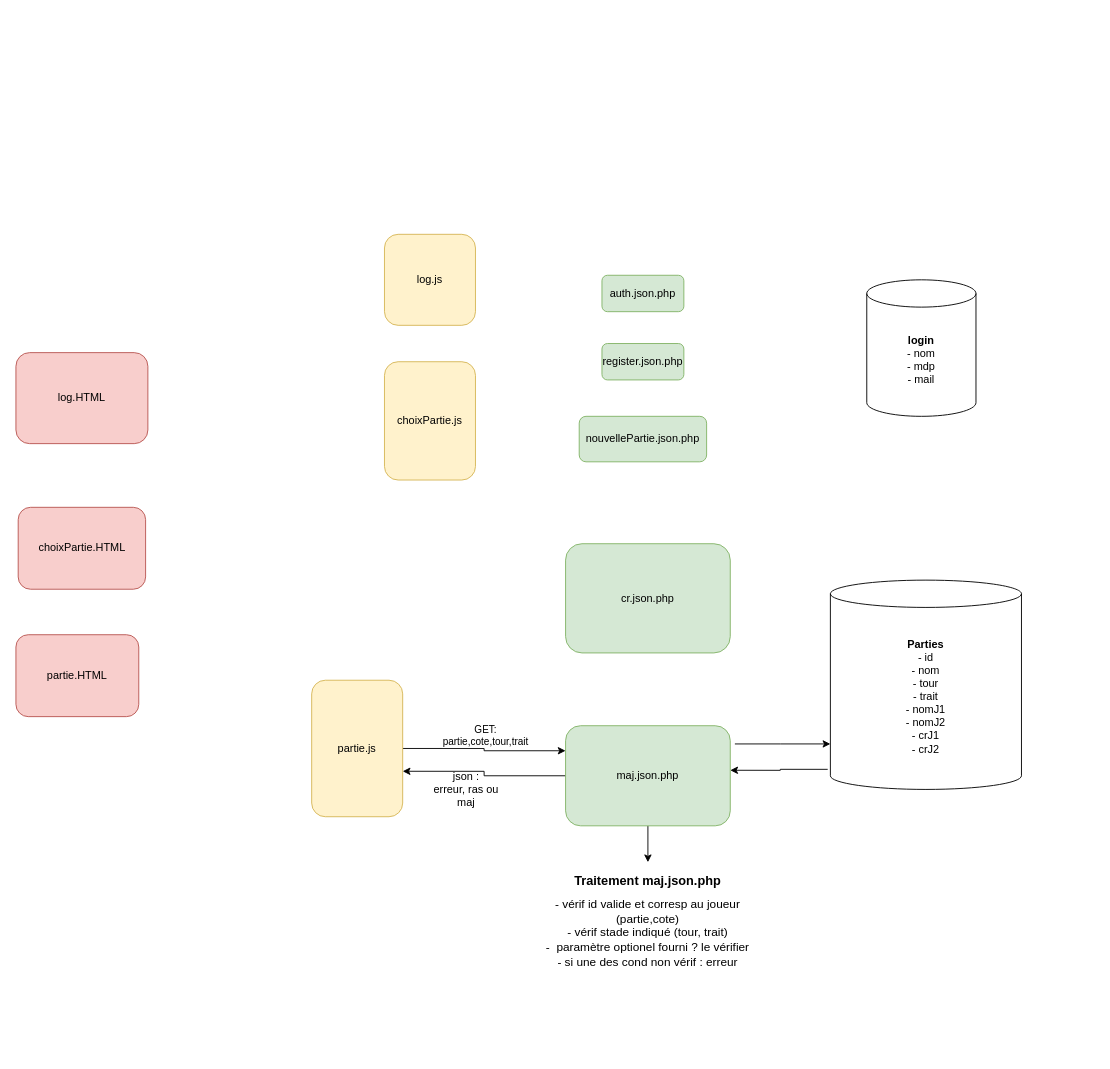
The draw.io diagram Untitled Diagram.drawio in Maximory77/projet-web-mapping-echecs, before the edit. Source tidied: cells renumbered, new cells numbered last; positions are measured from the earlier drawing's top-left corner, leaving out a move shared by most shapes. Both pictures are drawn from the tidied source at 91%, with x=0, y=0 at pixel (15, 234).
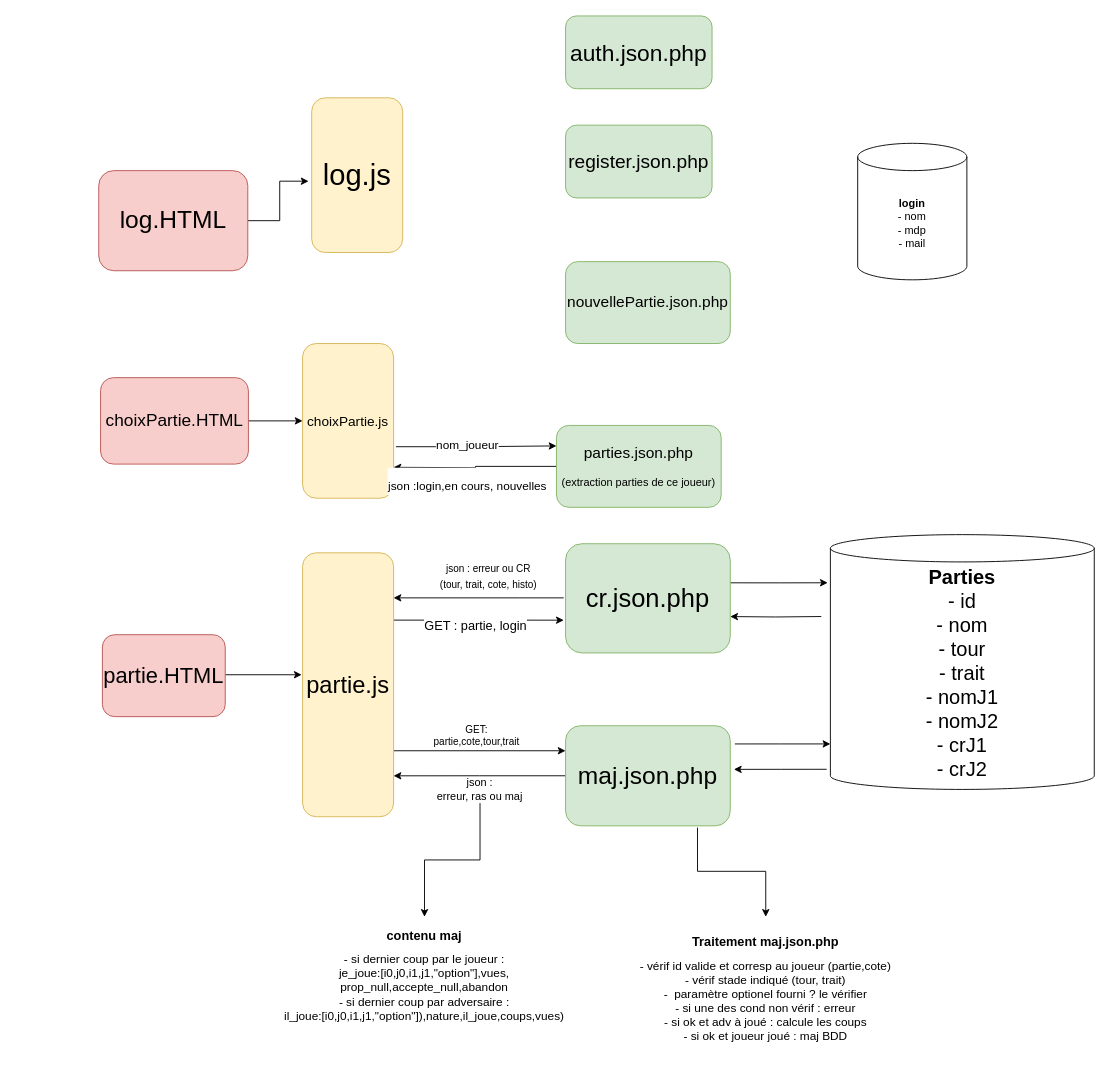
The same diagram, later.

The edit, as a diff of the source:
```diff
@@
     <mxCell id="2" value="&lt;div&gt;&lt;b&gt;login&lt;/b&gt;&lt;/div&gt;&lt;div&gt;- nom&lt;/div&gt;&lt;div&gt;- mdp&lt;/div&gt;&lt;div&gt;- mail&lt;br&gt;&lt;/div&gt;" style="shape=cylinder3;whiteSpace=wrap;html=1;boundedLbl=1;backgroundOutline=1;size=15;" parent="1" vertex="1">
-      <mxGeometry x="935" y="50" width="120" height="150" as="geometry" />
+      <mxGeometry x="925" y="-100" width="120" height="150" as="geometry" />
     </mxCell>
+    <mxCell id="23" style="edgeStyle=orthogonalEdgeStyle;rounded=0;jettySize=auto;html=1;entryX=-0.034;entryY=0.539;entryDx=0;entryDy=0;entryPerimeter=0;fontSize=32;" parent="1" edge="1" source="3" target="16">
+      <mxGeometry relative="1" as="geometry" />
+    </mxCell>
-    <mxCell id="3" value="log.HTML" style="rounded=1;whiteSpace=wrap;html=1;fillColor=#f8cecc;strokeColor=#b85450;" parent="1" vertex="1">
-      <mxGeometry y="130" width="145" height="100" as="geometry" />
+    <mxCell id="3" value="&lt;font style=&quot;font-size: 27px&quot;&gt;log.HTML&lt;/font&gt;" style="rounded=1;whiteSpace=wrap;html=1;fillColor=#f8cecc;strokeColor=#b85450;" parent="1" vertex="1">
+      <mxGeometry x="91" y="-70" width="163.8" height="110" as="geometry" />
     </mxCell>
+    <mxCell id="24" style="edgeStyle=orthogonalEdgeStyle;rounded=0;jettySize=auto;html=1;fontSize=32;" parent="1" edge="1" source="4" target="17">
+      <mxGeometry relative="1" as="geometry" />
+    </mxCell>
-    <mxCell id="4" value="choixPartie.HTML" style="rounded=1;whiteSpace=wrap;html=1;fillColor=#f8cecc;strokeColor=#b85450;" parent="1" vertex="1">
-      <mxGeometry x="2.5" y="300" width="140" height="90" as="geometry" />
+    <mxCell id="4" value="&lt;font style=&quot;font-size: 19px&quot;&gt;choixPartie.HTML&lt;/font&gt;" style="rounded=1;whiteSpace=wrap;html=1;fillColor=#f8cecc;strokeColor=#b85450;" parent="1" vertex="1">
+      <mxGeometry x="93" y="157.5" width="162.5" height="95" as="geometry" />
     </mxCell>
+    <mxCell id="25" style="edgeStyle=orthogonalEdgeStyle;rounded=0;jettySize=auto;html=1;fontSize=14;entryX=-0.01;entryY=0.462;entryDx=0;entryDy=0;entryPerimeter=0;" parent="1" edge="1" source="5" target="20">
+      <mxGeometry relative="1" as="geometry">
+        <Array as="points">
+          <mxPoint x="225" y="485" />
+          <mxPoint x="225" y="484" />
+        </Array>
+      </mxGeometry>
+    </mxCell>
-    <mxCell id="5" value="&lt;div&gt;partie.HTML&lt;/div&gt;" style="rounded=1;whiteSpace=wrap;html=1;fillColor=#f8cecc;strokeColor=#b85450;" parent="1" vertex="1">
-      <mxGeometry y="440" width="135" height="90" as="geometry" />
+    <mxCell id="5" value="&lt;div style=&quot;font-size: 24px&quot;&gt;&lt;font style=&quot;font-size: 24px&quot;&gt;partie.HTML&lt;/font&gt;&lt;/div&gt;" style="rounded=1;whiteSpace=wrap;html=1;fillColor=#f8cecc;strokeColor=#b85450;" parent="1" vertex="1">
+      <mxGeometry x="95" y="440" width="135" height="90" as="geometry" />
     </mxCell>
-    <mxCell id="6" style="edgeStyle=orthogonalEdgeStyle;rounded=0;jettySize=auto;html=1;entryX=1;entryY=0.445;entryDx=0;entryDy=0;fontSize=14;exitX=-0.014;exitY=0.904;exitDx=0;exitDy=0;exitPerimeter=0;entryPerimeter=0;" parent="1" edge="1" source="7" target="12">
+    <mxCell id="6" style="edgeStyle=orthogonalEdgeStyle;rounded=0;jettySize=auto;html=1;entryX=1.022;entryY=0.436;entryDx=0;entryDy=0;fontSize=14;entryPerimeter=0;exitX=-0.014;exitY=0.921;exitDx=0;exitDy=0;exitPerimeter=0;" parent="1" edge="1" source="7" target="12">
       <mxGeometry relative="1" as="geometry" />
     </mxCell>
+    <mxCell id="26" style="edgeStyle=orthogonalEdgeStyle;rounded=0;jettySize=auto;html=1;entryX=1;entryY=0.667;entryDx=0;entryDy=0;entryPerimeter=0;fontSize=14;" parent="1" edge="1" target="13">
+      <mxGeometry relative="1" as="geometry">
+        <mxPoint x="885" y="420" as="sourcePoint" />
+      </mxGeometry>
+    </mxCell>
-    <mxCell id="7" value="&lt;div&gt;&lt;b&gt;Parties&lt;/b&gt;&lt;/div&gt;&lt;div&gt;- id&lt;/div&gt;&lt;div&gt;- nom&lt;/div&gt;&lt;div&gt;- tour&lt;/div&gt;&lt;div&gt;- trait&lt;/div&gt;&lt;div&gt;- nomJ1&lt;br&gt;&lt;/div&gt;&lt;div&gt;- nomJ2&lt;/div&gt;&lt;div&gt;- crJ1&lt;/div&gt;&lt;div&gt;- crJ2&lt;br&gt;&lt;/div&gt;" style="shape=cylinder3;whiteSpace=wrap;html=1;boundedLbl=1;backgroundOutline=1;size=15;" parent="1" vertex="1">
-      <mxGeometry x="895" y="380" width="210" height="230" as="geometry" />
+    <mxCell id="7" value="&lt;div style=&quot;font-size: 22px&quot;&gt;&lt;font style=&quot;font-size: 22px&quot;&gt;&lt;b&gt;Parties&lt;/b&gt;&lt;/font&gt;&lt;/div&gt;&lt;div style=&quot;font-size: 22px&quot;&gt;&lt;font style=&quot;font-size: 22px&quot;&gt;- id&lt;/font&gt;&lt;/div&gt;&lt;div style=&quot;font-size: 22px&quot;&gt;&lt;font style=&quot;font-size: 22px&quot;&gt;- nom&lt;/font&gt;&lt;/div&gt;&lt;div style=&quot;font-size: 22px&quot;&gt;&lt;font style=&quot;font-size: 22px&quot;&gt;- tour&lt;/font&gt;&lt;/div&gt;&lt;div style=&quot;font-size: 22px&quot;&gt;&lt;font style=&quot;font-size: 22px&quot;&gt;- trait&lt;/font&gt;&lt;/div&gt;&lt;div style=&quot;font-size: 22px&quot;&gt;&lt;font style=&quot;font-size: 22px&quot;&gt;- nomJ1&lt;br&gt;&lt;/font&gt;&lt;/div&gt;&lt;div style=&quot;font-size: 22px&quot;&gt;&lt;font style=&quot;font-size: 22px&quot;&gt;- nomJ2&lt;/font&gt;&lt;/div&gt;&lt;div style=&quot;font-size: 22px&quot;&gt;&lt;font style=&quot;font-size: 22px&quot;&gt;- crJ1&lt;/font&gt;&lt;/div&gt;&lt;div style=&quot;font-size: 22px&quot;&gt;&lt;font style=&quot;font-size: 22px&quot;&gt;- crJ2&lt;br&gt;&lt;/font&gt;&lt;/div&gt;" style="shape=cylinder3;whiteSpace=wrap;html=1;boundedLbl=1;backgroundOutline=1;size=15;" parent="1" vertex="1">
+      <mxGeometry x="895" y="330" width="290" height="280" as="geometry" />
     </mxCell>
-    <mxCell id="8" value="auth.json.php" style="rounded=1;whiteSpace=wrap;html=1;fillColor=#d5e8d4;strokeColor=#82b366;" parent="1" vertex="1">
-      <mxGeometry x="644" y="45" width="90" height="40" as="geometry" />
+    <mxCell id="8" value="&lt;font style=&quot;font-size: 25px&quot;&gt;auth.json.php&lt;/font&gt;" style="rounded=1;whiteSpace=wrap;html=1;fillColor=#d5e8d4;strokeColor=#82b366;" parent="1" vertex="1">
+      <mxGeometry x="604" y="-240" width="161" height="80" as="geometry" />
     </mxCell>
-    <mxCell id="9" style="edgeStyle=orthogonalEdgeStyle;rounded=0;jettySize=auto;html=1;entryX=1;entryY=0.667;entryDx=0;entryDy=0;entryPerimeter=0;" parent="1" edge="1" source="12" target="20">
+    <mxCell id="9" style="edgeStyle=orthogonalEdgeStyle;rounded=0;jettySize=auto;html=1;entryX=1;entryY=0.845;entryDx=0;entryDy=0;entryPerimeter=0;" parent="1" edge="1" source="12" target="20">
       <mxGeometry relative="1" as="geometry" />
     </mxCell>
-    <mxCell id="10" style="edgeStyle=orthogonalEdgeStyle;rounded=0;jettySize=auto;html=1;fontSize=14;" parent="1" edge="1" source="12" target="22">
+    <mxCell id="10" style="edgeStyle=orthogonalEdgeStyle;rounded=0;jettySize=auto;html=1;fontSize=14;exitX=0.801;exitY=1.018;exitDx=0;exitDy=0;exitPerimeter=0;" parent="1" edge="1" source="12" target="22">
       <mxGeometry relative="1" as="geometry" />
     </mxCell>
@@
-    <mxCell id="12" value="maj.json.php" style="rounded=1;whiteSpace=wrap;html=1;fillColor=#d5e8d4;strokeColor=#82b366;" parent="1" vertex="1">
+    <mxCell id="12" value="&lt;font style=&quot;font-size: 27px&quot;&gt;maj.json.php&lt;/font&gt;" style="rounded=1;whiteSpace=wrap;html=1;fillColor=#d5e8d4;strokeColor=#82b366;" parent="1" vertex="1">
       <mxGeometry x="604" y="540" width="181" height="110" as="geometry" />
     </mxCell>
+    <mxCell id="27" style="edgeStyle=orthogonalEdgeStyle;rounded=0;jettySize=auto;html=1;entryX=-0.01;entryY=0.189;entryDx=0;entryDy=0;entryPerimeter=0;fontSize=14;exitX=1;exitY=0.358;exitDx=0;exitDy=0;exitPerimeter=0;" parent="1" edge="1" source="13" target="7">
+      <mxGeometry relative="1" as="geometry" />
+    </mxCell>
+    <mxCell id="28" style="edgeStyle=orthogonalEdgeStyle;rounded=0;orthogonalLoop=1;jettySize=auto;html=1;entryX=1.02;entryY=0.176;entryDx=0;entryDy=0;entryPerimeter=0;fontSize=14;" parent="1" edge="1">
+      <mxGeometry relative="1" as="geometry">
+        <mxPoint x="602" y="399.5" as="sourcePoint" />
+        <mxPoint x="415" y="399.5" as="targetPoint" />
+        <Array as="points">
+          <mxPoint x="553" y="399.5" />
+          <mxPoint x="553" y="399.5" />
+        </Array>
+      </mxGeometry>
+    </mxCell>
-    <mxCell id="13" value="cr.json.php" style="rounded=1;whiteSpace=wrap;html=1;fillColor=#d5e8d4;strokeColor=#82b366;" parent="1" vertex="1">
+    <mxCell id="13" value="&lt;font style=&quot;font-size: 28px&quot;&gt;cr.json.php&lt;/font&gt;" style="rounded=1;whiteSpace=wrap;html=1;fillColor=#d5e8d4;strokeColor=#82b366;" parent="1" vertex="1">
       <mxGeometry x="604" y="340" width="181" height="120" as="geometry" />
     </mxCell>
-    <mxCell id="14" value="&lt;div&gt;nouvellePartie.json.php&lt;/div&gt;" style="rounded=1;whiteSpace=wrap;html=1;fillColor=#d5e8d4;strokeColor=#82b366;" parent="1" vertex="1">
-      <mxGeometry x="619" y="200" width="140" height="50" as="geometry" />
+    <mxCell id="14" value="&lt;div style=&quot;font-size: 17px&quot;&gt;&lt;font style=&quot;font-size: 17px&quot;&gt;nouvellePartie.json.php&lt;/font&gt;&lt;/div&gt;" style="rounded=1;whiteSpace=wrap;html=1;fillColor=#d5e8d4;strokeColor=#82b366;" parent="1" vertex="1">
+      <mxGeometry x="604" y="30" width="181" height="90" as="geometry" />
     </mxCell>
-    <mxCell id="15" value="register.json.php" style="rounded=1;whiteSpace=wrap;html=1;fillColor=#d5e8d4;strokeColor=#82b366;" parent="1" vertex="1">
-      <mxGeometry x="644" y="120" width="90" height="40" as="geometry" />
+    <mxCell id="15" value="&lt;font style=&quot;font-size: 21px&quot;&gt;register.json.php&lt;/font&gt;" style="rounded=1;whiteSpace=wrap;html=1;fillColor=#d5e8d4;strokeColor=#82b366;" parent="1" vertex="1">
+      <mxGeometry x="604" y="-120" width="161" height="80" as="geometry" />
     </mxCell>
-    <mxCell id="16" value="&lt;div&gt;log.js&lt;/div&gt;" style="rounded=1;whiteSpace=wrap;html=1;fillColor=#fff2cc;strokeColor=#d6b656;" parent="1" vertex="1">
-      <mxGeometry x="405" width="100" height="100" as="geometry" />
+    <mxCell id="16" value="&lt;div style=&quot;font-size: 32px&quot;&gt;&lt;font style=&quot;font-size: 32px&quot;&gt;log.js&lt;/font&gt;&lt;/div&gt;" style="rounded=1;whiteSpace=wrap;html=1;fillColor=#fff2cc;strokeColor=#d6b656;" parent="1" vertex="1">
+      <mxGeometry x="325" y="-150" width="100" height="170" as="geometry" />
     </mxCell>
+    <mxCell id="29" style="edgeStyle=orthogonalEdgeStyle;rounded=0;jettySize=auto;html=1;entryX=0;entryY=0.25;entryDx=0;entryDy=0;fontSize=25;exitX=1.026;exitY=0.667;exitDx=0;exitDy=0;exitPerimeter=0;" parent="1" edge="1" source="17" target="38">
+      <mxGeometry relative="1" as="geometry" />
+    </mxCell>
+    <mxCell id="30" value="nom_joueur" style="edgeLabel;html=1;align=center;verticalAlign=middle;fontSize=13;" parent="29" vertex="1">
+      <mxGeometry x="-0.26" y="3" relative="1" as="geometry">
+        <mxPoint x="12" as="offset" />
+      </mxGeometry>
+    </mxCell>
-    <mxCell id="17" value="choixPartie.js" style="rounded=1;whiteSpace=wrap;html=1;fillColor=#fff2cc;strokeColor=#d6b656;" parent="1" vertex="1">
-      <mxGeometry x="405" y="140" width="100" height="130" as="geometry" />
+    <mxCell id="17" value="&lt;font style=&quot;font-size: 15px&quot;&gt;choixPartie.js&lt;/font&gt;" style="rounded=1;whiteSpace=wrap;html=1;fillColor=#fff2cc;strokeColor=#d6b656;" parent="1" vertex="1">
+      <mxGeometry x="315" y="120" width="100" height="170" as="geometry" />
     </mxCell>
-    <mxCell id="18" style="edgeStyle=orthogonalEdgeStyle;rounded=0;jettySize=auto;html=1;entryX=0;entryY=0.25;entryDx=0;entryDy=0;exitX=1;exitY=0.5;exitDx=0;exitDy=0;" parent="1" edge="1" source="20" target="12">
+    <mxCell id="18" style="edgeStyle=orthogonalEdgeStyle;rounded=0;jettySize=auto;html=1;entryX=0;entryY=0.25;entryDx=0;entryDy=0;exitX=1;exitY=0.75;exitDx=0;exitDy=0;" parent="1" edge="1" source="20" target="12">
       <mxGeometry relative="1" as="geometry" />
     </mxCell>
     <mxCell id="19" value="&lt;div&gt;GET:&lt;/div&gt;&lt;div&gt;partie,cote,tour,trait&lt;br&gt;&lt;/div&gt;" style="edgeLabel;html=1;align=center;verticalAlign=middle;" parent="18" vertex="1">
       <mxGeometry x="0.33" y="3" relative="1" as="geometry">
-        <mxPoint x="-28" y="-14" as="offset" />
+        <mxPoint x="-36" y="-14" as="offset" />
       </mxGeometry>
     </mxCell>
+    <mxCell id="31" style="edgeStyle=orthogonalEdgeStyle;rounded=0;jettySize=auto;html=1;entryX=-0.011;entryY=0.7;entryDx=0;entryDy=0;entryPerimeter=0;fontSize=14;exitX=1;exitY=0.255;exitDx=0;exitDy=0;exitPerimeter=0;" parent="1" edge="1" source="20" target="13">
+      <mxGeometry relative="1" as="geometry" />
+    </mxCell>
+    <mxCell id="32" value="GET : partie, login" style="edgeLabel;html=1;align=center;verticalAlign=middle;fontSize=14;" parent="31" vertex="1">
+      <mxGeometry x="-0.37" relative="1" as="geometry">
+        <mxPoint x="31" y="6" as="offset" />
+      </mxGeometry>
+    </mxCell>
-    <mxCell id="20" value="partie.js" style="rounded=1;whiteSpace=wrap;html=1;fillColor=#fff2cc;strokeColor=#d6b656;" parent="1" vertex="1">
-      <mxGeometry x="325" y="490" width="100" height="150" as="geometry" />
+    <mxCell id="20" value="&lt;font style=&quot;font-size: 26px&quot;&gt;partie.js&lt;/font&gt;" style="rounded=1;whiteSpace=wrap;html=1;fillColor=#fff2cc;strokeColor=#d6b656;" parent="1" vertex="1">
+      <mxGeometry x="315" y="350" width="100" height="290" as="geometry" />
     </mxCell>
+    <mxCell id="33" style="edgeStyle=orthogonalEdgeStyle;rounded=0;jettySize=auto;html=1;fontSize=14;" parent="1" edge="1" source="21" target="34">
+      <mxGeometry relative="1" as="geometry" />
+    </mxCell>
     <mxCell id="21" value="&lt;div&gt;json :&lt;/div&gt;&lt;div&gt;erreur, ras ou maj&lt;br&gt;&lt;/div&gt;" style="text;html=1;strokeColor=none;fillColor=none;align=center;verticalAlign=middle;whiteSpace=wrap;rounded=0;" parent="1" vertex="1">
-      <mxGeometry x="455" y="595" width="80" height="30" as="geometry" />
+      <mxGeometry x="455" y="595" width="110" height="30" as="geometry" />
     </mxCell>
-    <mxCell id="22" value="&lt;h1 style=&quot;font-size: 14px&quot;&gt;&lt;font style=&quot;font-size: 14px&quot;&gt;Traitement maj.json.php&lt;/font&gt;&lt;/h1&gt;&lt;div&gt;- vérif id valide et corresp au joueur (partie,cote)&lt;br&gt;&lt;/div&gt;&lt;div&gt;- vérif stade indiqué (tour, trait)&lt;/div&gt;&lt;div&gt;-&amp;nbsp; paramètre optionel fourni ? le vérifier&lt;/div&gt;&lt;div&gt;- si une des cond non vérif : erreur&lt;br&gt;&lt;/div&gt;" style="text;html=1;strokeColor=none;fillColor=none;align=center;verticalAlign=middle;whiteSpace=wrap;rounded=0;fontSize=13;" parent="1" vertex="1">
-      <mxGeometry x="580" y="690" width="229" height="120" as="geometry" />
+    <mxCell id="22" value="&lt;h1 style=&quot;font-size: 14px&quot;&gt;&lt;font style=&quot;font-size: 14px&quot;&gt;Traitement maj.json.php&lt;/font&gt;&lt;/h1&gt;&lt;div&gt;- vérif id valide et corresp au joueur (partie,cote)&lt;br&gt;&lt;/div&gt;&lt;div&gt;- vérif stade indiqué (tour, trait)&lt;/div&gt;&lt;div&gt;-&amp;nbsp; paramètre optionel fourni ? le vérifier&lt;/div&gt;&lt;div&gt;- si une des cond non vérif : erreur&lt;/div&gt;&lt;div&gt;- si ok et adv à joué : calcule les coups&lt;/div&gt;&lt;div&gt;- si ok et joueur joué : maj BDD&lt;br&gt;&lt;/div&gt;" style="text;html=1;strokeColor=none;fillColor=none;align=center;verticalAlign=middle;whiteSpace=wrap;rounded=0;fontSize=13;" parent="1" vertex="1">
+      <mxGeometry x="669" y="750" width="310" height="150" as="geometry" />
     </mxCell>
+    <mxCell id="34" value="&lt;h1 style=&quot;font-size: 14px&quot;&gt;contenu maj&lt;br&gt;&lt;/h1&gt;&lt;div&gt;- si dernier coup par le joueur :&lt;/div&gt;&lt;div&gt;je_joue:[i0,j0,i1,j1,&quot;option&quot;],vues,&lt;/div&gt;&lt;div&gt;prop_null,accepte_null,abandon&lt;/div&gt;&lt;div&gt;- si dernier coup par adversaire :&lt;/div&gt;&lt;div&gt;il_joue:[i0,j0,i1,j1,&quot;option&quot;]),nature,il_joue,coups,vues)&lt;br&gt;&lt;/div&gt;" style="text;html=1;strokeColor=none;fillColor=none;align=center;verticalAlign=middle;whiteSpace=wrap;rounded=0;fontSize=13;" parent="1" vertex="1">
+      <mxGeometry x="289" y="750" width="320" height="120" as="geometry" />
+    </mxCell>
+    <mxCell id="35" value="&lt;div&gt;&lt;font style=&quot;font-size: 11px&quot;&gt;json : erreur ou CR&lt;/font&gt;&lt;/div&gt;&lt;div&gt;&lt;font style=&quot;font-size: 11px&quot;&gt;(tour, trait, cote, histo)&lt;br&gt;&lt;/font&gt;&lt;/div&gt;" style="text;html=1;strokeColor=none;fillColor=none;align=center;verticalAlign=middle;whiteSpace=wrap;rounded=0;fontSize=14;" parent="1" vertex="1">
+      <mxGeometry x="464" y="360" width="111" height="30" as="geometry" />
+    </mxCell>
+    <mxCell id="36" style="edgeStyle=orthogonalEdgeStyle;rounded=0;jettySize=auto;html=1;fontSize=25;" parent="1" edge="1" source="38">
+      <mxGeometry relative="1" as="geometry">
+        <mxPoint x="415" y="256" as="targetPoint" />
+      </mxGeometry>
+    </mxCell>
+    <mxCell id="37" value="&lt;div&gt;&lt;font style=&quot;font-size: 13px&quot;&gt;json :login,en cours, nouvelles&lt;/font&gt;&lt;/div&gt;" style="edgeLabel;html=1;align=center;verticalAlign=middle;fontSize=25;" parent="36" vertex="1">
+      <mxGeometry x="-0.2" y="-3" relative="1" as="geometry">
+        <mxPoint x="-27" y="18" as="offset" />
+      </mxGeometry>
+    </mxCell>
+    <mxCell id="38" value="&lt;div style=&quot;font-size: 17px&quot;&gt;&lt;font style=&quot;font-size: 17px&quot;&gt;parties.json.php&lt;/font&gt;&lt;/div&gt;&lt;div&gt;&lt;br&gt;&lt;/div&gt;&lt;div&gt;(extraction parties de ce joueur)&lt;br&gt;&lt;/div&gt;" style="rounded=1;whiteSpace=wrap;html=1;fillColor=#d5e8d4;strokeColor=#82b366;" parent="1" vertex="1">
+      <mxGeometry x="594" y="210" width="181" height="90" as="geometry" />
+    </mxCell>
```
